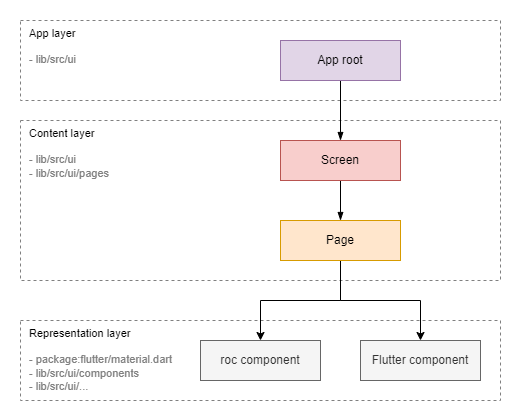
The draw.io diagram docs/images/widget_types.png in roc-streaming/roc-droid, before a commit. Source tidied: cells renumbered, new cells last; positions are measured from the earlier drawing's top-left corner, leaving out a move shared by most shapes.
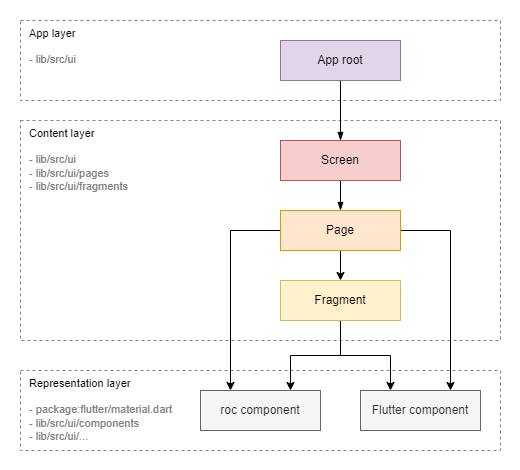
After the change.

Change to the diagram source:
```diff
@@ -3,17 +3,17 @@
     <mxCell id="0" />
     <mxCell id="1" parent="0" />
     <mxCell id="2" style="rounded=0;whiteSpace=wrap;html=1;fontFamily=Helvetica;fontSize=11;fontColor=default;labelBackgroundColor=default;strokeColor=none;" parent="1" vertex="1">
-      <mxGeometry width="520" height="420" as="geometry" />
+      <mxGeometry width="520" height="470" as="geometry" />
     </mxCell>
     <mxCell id="3" value="App layer&lt;div&gt;&lt;span style=&quot;color: rgb(128, 128, 128);&quot;&gt;&lt;br&gt;&lt;/span&gt;&lt;/div&gt;&lt;div&gt;&lt;span style=&quot;color: rgb(128, 128, 128);&quot;&gt;- lib/src/ui&lt;/span&gt;&lt;br&gt;&lt;/div&gt;" style="html=1;whiteSpace=wrap;fontFamily=Helvetica;fontSize=11;fontColor=default;labelBackgroundColor=default;dashed=1;strokeColor=#808080;align=left;verticalAlign=top;spacingLeft=7;fillColor=none;" parent="1" vertex="1">
       <mxGeometry x="20" y="20" width="480" height="80" as="geometry" />
     </mxCell>
+    <mxCell id="5" value="Content layer&lt;div&gt;&lt;br&gt;&lt;/div&gt;&lt;div&gt;&lt;span style=&quot;color: rgb(128, 128, 128);&quot;&gt;- lib/src/ui&lt;/span&gt;&lt;/div&gt;&lt;div&gt;&lt;span style=&quot;color: rgb(128, 128, 128);&quot;&gt;- lib/src/ui/pages&lt;/span&gt;&lt;span style=&quot;color: rgb(128, 128, 128);&quot;&gt;&lt;br&gt;&lt;/span&gt;&lt;/div&gt;&lt;div&gt;&lt;span style=&quot;color: rgb(128, 128, 128);&quot;&gt;- lib/src/ui/fragments&lt;/span&gt;&lt;span style=&quot;color: rgb(128, 128, 128);&quot;&gt;&lt;br&gt;&lt;/span&gt;&lt;/div&gt;" style="html=1;whiteSpace=wrap;fontFamily=Helvetica;fontSize=11;fontColor=default;labelBackgroundColor=default;dashed=1;strokeColor=#808080;align=left;verticalAlign=top;spacingLeft=7;fillColor=none;" parent="1" vertex="1">
+      <mxGeometry x="20" y="120" width="480" height="220" as="geometry" />
+    </mxCell>
     <mxCell id="4" value="Representation layer&lt;div&gt;&lt;br&gt;&lt;/div&gt;&lt;div&gt;&lt;font color=&quot;#808080&quot;&gt;-&amp;nbsp;package:flutter/material.dart&lt;/font&gt;&lt;/div&gt;&lt;div&gt;&lt;span style=&quot;color: rgb(128, 128, 128);&quot;&gt;- lib/src/ui/components&lt;/span&gt;&lt;br&gt;&lt;/div&gt;&lt;div&gt;&lt;span style=&quot;color: rgb(128, 128, 128);&quot;&gt;- lib/src/ui/...&lt;/span&gt;&lt;span style=&quot;color: rgb(128, 128, 128);&quot;&gt;&lt;br&gt;&lt;/span&gt;&lt;/div&gt;" style="html=1;whiteSpace=wrap;fontFamily=Helvetica;fontSize=11;fontColor=default;labelBackgroundColor=default;dashed=1;strokeColor=#808080;align=left;verticalAlign=top;spacingLeft=7;fillColor=none;" parent="1" vertex="1">
-      <mxGeometry x="20" y="320" width="480" height="80" as="geometry" />
+      <mxGeometry x="20" y="370" width="480" height="80" as="geometry" />
     </mxCell>
-    <mxCell id="5" value="Content layer&lt;div&gt;&lt;br&gt;&lt;/div&gt;&lt;div&gt;&lt;span style=&quot;color: rgb(128, 128, 128);&quot;&gt;- lib/src/ui&lt;/span&gt;&lt;br&gt;&lt;/div&gt;&lt;div&gt;&lt;span style=&quot;color: rgb(128, 128, 128);&quot;&gt;- lib/src/ui/pages&lt;/span&gt;&lt;span style=&quot;color: rgb(128, 128, 128);&quot;&gt;&lt;br&gt;&lt;/span&gt;&lt;/div&gt;" style="html=1;whiteSpace=wrap;fontFamily=Helvetica;fontSize=11;fontColor=default;labelBackgroundColor=default;dashed=1;strokeColor=#808080;align=left;verticalAlign=top;spacingLeft=7;fillColor=none;" parent="1" vertex="1">
-      <mxGeometry x="20" y="120" width="480" height="160" as="geometry" />
-    </mxCell>
     <mxCell id="6" style="edgeStyle=orthogonalEdgeStyle;rounded=0;jettySize=auto;html=1;endArrow=blockThin;endFill=1;" parent="1" edge="1" source="7" target="9">
       <mxGeometry relative="1" as="geometry" />
     </mxCell>
@@ -27,19 +27,39 @@
       <mxGeometry x="280" y="140" width="120" height="40" as="geometry" />
     </mxCell>
     <mxCell id="10" style="edgeStyle=orthogonalEdgeStyle;rounded=0;jettySize=auto;html=1;" parent="1" edge="1" source="12" target="13">
-      <mxGeometry relative="1" as="geometry" />
+      <mxGeometry relative="1" as="geometry">
+        <Array as="points">
+          <mxPoint x="230" y="230" />
+        </Array>
+      </mxGeometry>
     </mxCell>
     <mxCell id="11" style="edgeStyle=orthogonalEdgeStyle;rounded=0;jettySize=auto;html=1;" parent="1" edge="1" source="12" target="14">
-      <mxGeometry relative="1" as="geometry" />
+      <mxGeometry relative="1" as="geometry">
+        <Array as="points">
+          <mxPoint x="450" y="230" />
+        </Array>
+      </mxGeometry>
     </mxCell>
+    <mxCell id="15" style="edgeStyle=orthogonalEdgeStyle;rounded=0;jettySize=auto;html=1;" parent="1" edge="1" source="12" target="18">
+      <mxGeometry relative="1" as="geometry" />
+    </mxCell>
     <mxCell id="12" value="Page" style="html=1;whiteSpace=wrap;fillColor=#ffe6cc;strokeColor=#d79b00;" parent="1" vertex="1">
-      <mxGeometry x="280" y="220" width="120" height="40" as="geometry" />
+      <mxGeometry x="280" y="210" width="120" height="40" as="geometry" />
     </mxCell>
     <mxCell id="13" value="roc component" style="html=1;whiteSpace=wrap;fillColor=#f5f5f5;strokeColor=#666666;fontColor=#333333;" parent="1" vertex="1">
-      <mxGeometry x="200" y="340" width="120" height="40" as="geometry" />
+      <mxGeometry x="200" y="390" width="120" height="40" as="geometry" />
     </mxCell>
     <mxCell id="14" value="Flutter component" style="html=1;whiteSpace=wrap;fillColor=#f5f5f5;strokeColor=#666666;fontColor=#333333;" parent="1" vertex="1">
-      <mxGeometry x="360" y="340" width="120" height="40" as="geometry" />
+      <mxGeometry x="360" y="390" width="120" height="40" as="geometry" />
     </mxCell>
+    <mxCell id="16" style="edgeStyle=orthogonalEdgeStyle;rounded=0;jettySize=auto;html=1;entryX=0.75;entryY=0;entryDx=0;entryDy=0;" parent="1" edge="1" source="18" target="13">
+      <mxGeometry relative="1" as="geometry" />
+    </mxCell>
+    <mxCell id="17" style="edgeStyle=orthogonalEdgeStyle;rounded=0;jettySize=auto;html=1;entryX=0.25;entryY=0;entryDx=0;entryDy=0;" parent="1" edge="1" source="18" target="14">
+      <mxGeometry relative="1" as="geometry" />
+    </mxCell>
+    <mxCell id="18" value="Fragment" style="html=1;whiteSpace=wrap;fillColor=#fff2cc;strokeColor=#d6b656;" parent="1" vertex="1">
+      <mxGeometry x="280" y="280" width="120" height="40" as="geometry" />
+    </mxCell>
   </root>
 </mxGraphModel>
```
